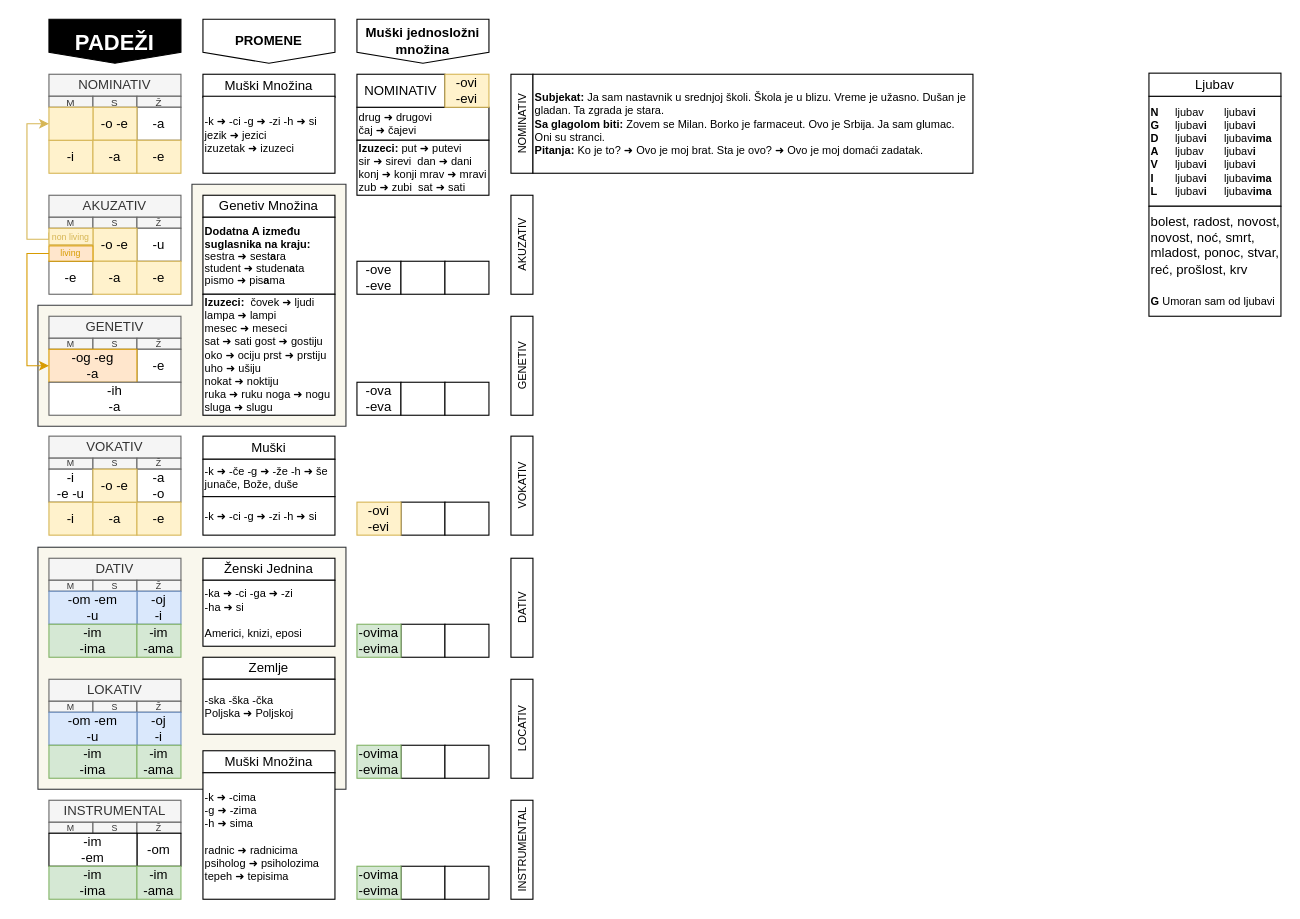
Earlier version of the draw.io diagram padezi.drawio (vlandivir/srpski). Source tidied: cells renumbered, new cells numbered last; positions are measured from the earlier drawing's top-left corner, leaving out a move shared by most shapes. Both pictures are drawn from the tidied source at 110%, with x=0, y=0 at pixel (26, 19).
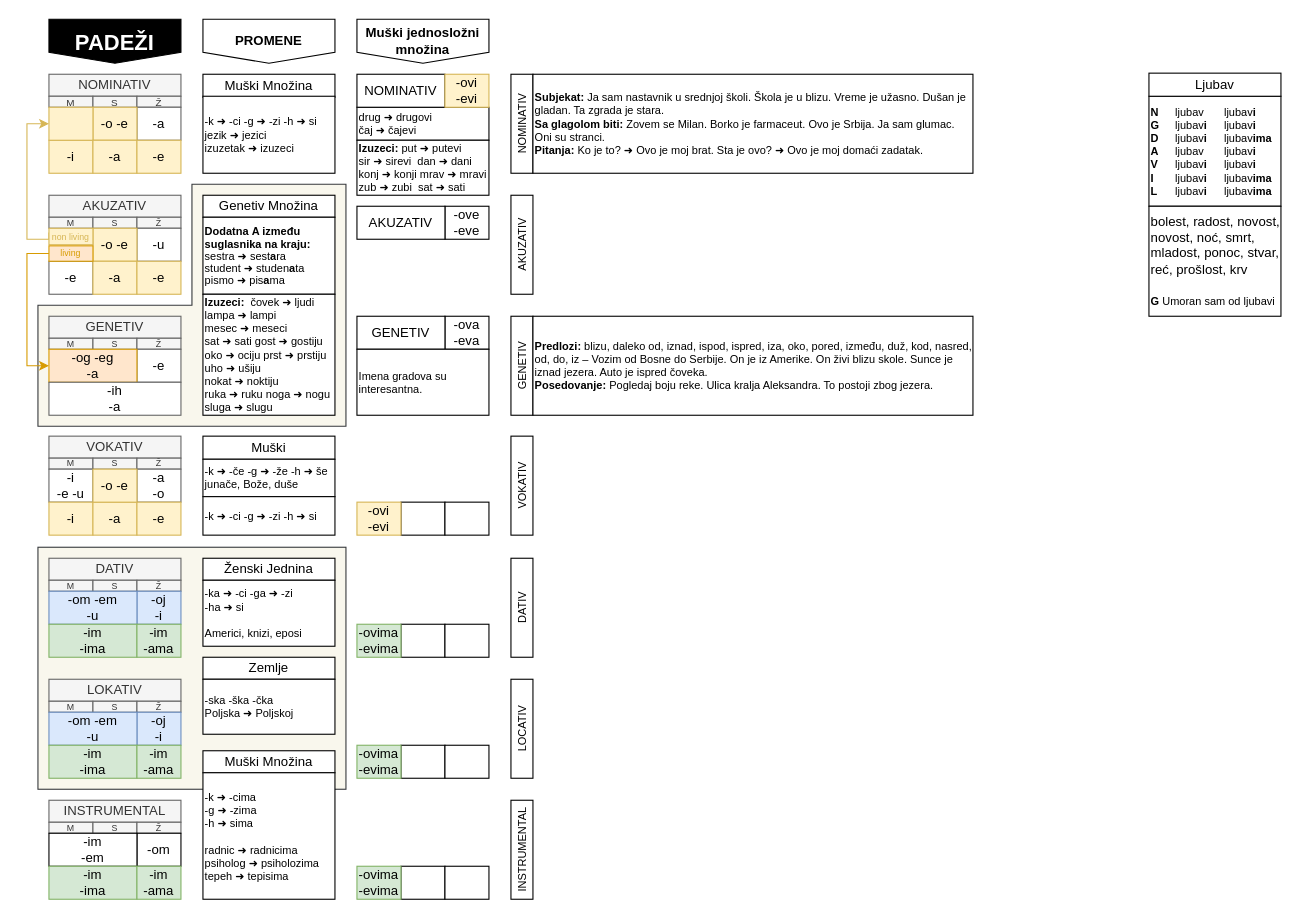
The same page after the edit.

The edit, as a diff of the source:
```diff
@@
     <mxCell id="67" value="-ove&lt;br&gt;-eve" style="rounded=0;whiteSpace=wrap;html=1;" parent="1" vertex="1">
-      <mxGeometry x="300" y="220" width="40" height="30" as="geometry" />
+      <mxGeometry x="380" y="170" width="40" height="30" as="geometry" />
     </mxCell>
     <mxCell id="68" value="-ova&lt;br&gt;-eva" style="rounded=0;whiteSpace=wrap;html=1;" parent="1" vertex="1">
-      <mxGeometry x="300" y="330" width="40" height="30" as="geometry" />
+      <mxGeometry x="380" y="270" width="40" height="30" as="geometry" />
     </mxCell>
@@
-    <mxCell id="73" style="rounded=0;whiteSpace=wrap;html=1;" parent="1" vertex="1">
-      <mxGeometry x="340" y="220" width="40" height="30" as="geometry" />
-    </mxCell>
-    <mxCell id="74" style="rounded=0;whiteSpace=wrap;html=1;" parent="1" vertex="1">
-      <mxGeometry x="380" y="220" width="40" height="30" as="geometry" />
-    </mxCell>
-    <mxCell id="75" style="rounded=0;whiteSpace=wrap;html=1;" parent="1" vertex="1">
-      <mxGeometry x="340" y="330" width="40" height="30" as="geometry" />
-    </mxCell>
-    <mxCell id="76" style="rounded=0;whiteSpace=wrap;html=1;" parent="1" vertex="1">
-      <mxGeometry x="380" y="330" width="40" height="30" as="geometry" />
-    </mxCell>
@@
+    <mxCell id="118" value="&lt;b&gt;Predlozi: &lt;/b&gt;blizu, daleko od, iznad, ispod, ispred, iza, oko, pored, između, duž, kod, nasred, od, do, iz – Vozim od Bosne do Serbije. On je iz Amerike. On živi blizu skole. Sunce je iznad jezera. Auto je ispred čoveka.&amp;nbsp;&lt;br&gt;&lt;b&gt;Posedovanje: &lt;/b&gt;Pogledaj boju reke. Ulica kralja Aleksandra. To postoji zbog jezera." style="rounded=0;whiteSpace=wrap;html=1;align=left;fontSize=10;" parent="1" vertex="1">
+      <mxGeometry x="460" y="270" width="400" height="90" as="geometry" />
+    </mxCell>
+    <mxCell id="119" value="GENETIV" style="rounded=0;whiteSpace=wrap;html=1;" parent="1" vertex="1">
+      <mxGeometry x="300" y="270" width="80" height="30" as="geometry" />
+    </mxCell>
+    <mxCell id="120" value="Imena gradova su interesantna." style="rounded=0;whiteSpace=wrap;html=1;align=left;fontSize=10;" parent="1" vertex="1">
+      <mxGeometry x="300" y="300" width="120" height="60" as="geometry" />
+    </mxCell>
+    <mxCell id="121" value="AKUZATIV" style="rounded=0;whiteSpace=wrap;html=1;" parent="1" vertex="1">
+      <mxGeometry x="300" y="170" width="80" height="30" as="geometry" />
+    </mxCell>
```
